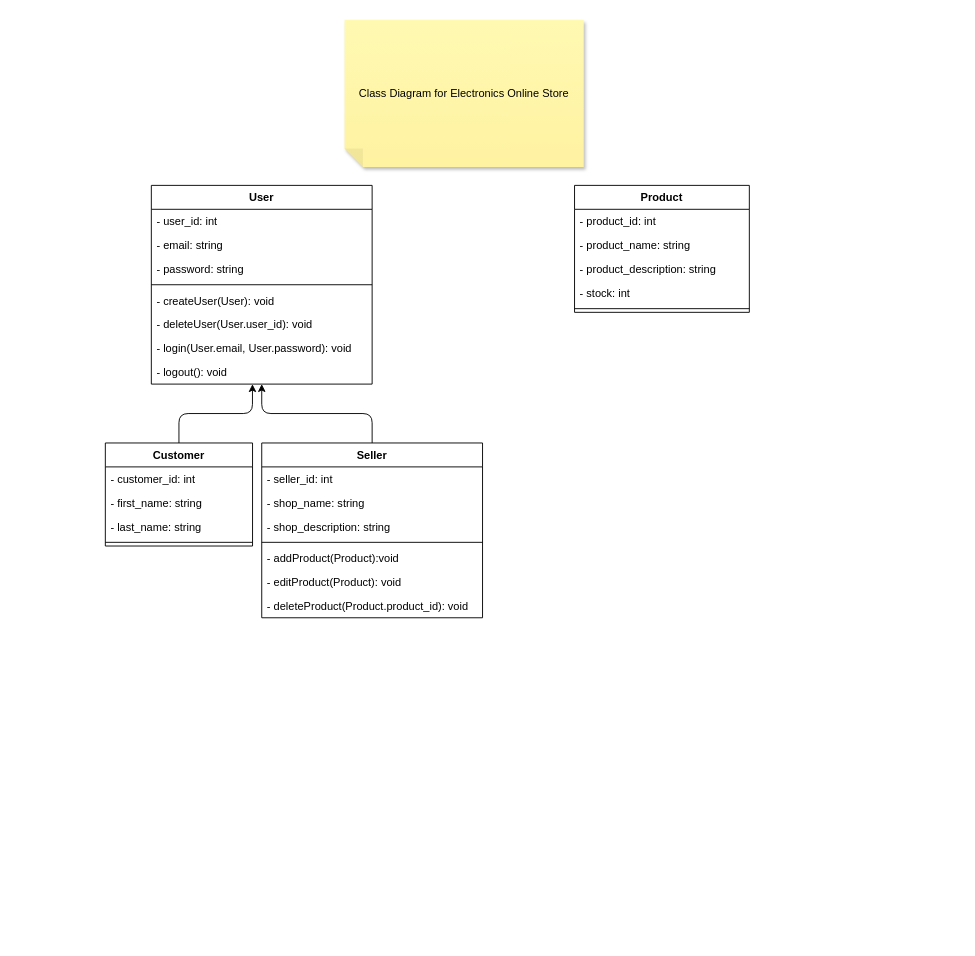
This is class_diagram.drawio from josh-hrnndz/ecommerce-api-springboot, a draw.io file, before an edit. Source tidied: cells renumbered, new cells numbered last; positions are measured from the earlier drawing's top-left corner, leaving out a move shared by most shapes. Both pictures are drawn from the tidied source at 92%, with x=0, y=0 at pixel (105, 19).
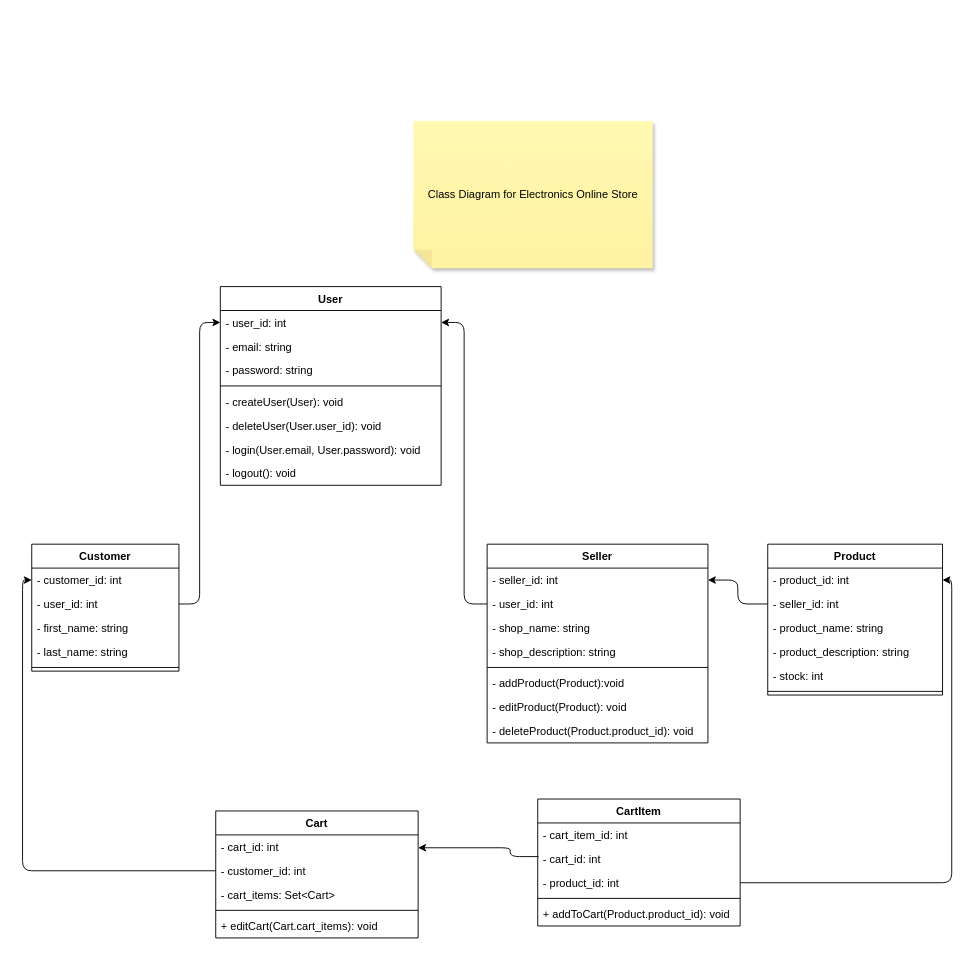
After the change.

Commit message:
feat(class diagram): :art: create initial class diagram

The change refers to these unchanged cells:
```xml
<mxCell id="3" value="- user_id: int" style="text;strokeColor=none;fillColor=none;align=left;verticalAlign=top;spacingLeft=4;spacingRight=4;overflow=hidden;points=[[0,0.5],[1,0.5]];portConstraint=eastwest;" parent="2" vertex="1">
  <mxGeometry y="26" width="240" height="26" as="geometry" />
</mxCell>
<mxCell id="10" value="- logout(): void" style="text;strokeColor=none;fillColor=none;align=left;verticalAlign=top;spacingLeft=4;spacingRight=4;overflow=hidden;points=[[0,0.5],[1,0.5]];portConstraint=eastwest;" parent="2" vertex="1">
  <mxGeometry y="190" width="240" height="26" as="geometry" />
</mxCell>
<mxCell id="12" value="- product_id: int" style="text;strokeColor=none;fillColor=none;align=left;verticalAlign=top;spacingLeft=4;spacingRight=4;overflow=hidden;points=[[0,0.5],[1,0.5]];portConstraint=eastwest;" parent="11" vertex="1">
  <mxGeometry y="26" width="190" height="26" as="geometry" />
</mxCell>
<mxCell id="19" value="- customer_id: int" style="text;strokeColor=none;fillColor=none;align=left;verticalAlign=top;spacingLeft=4;spacingRight=4;overflow=hidden;points=[[0,0.5],[1,0.5]];portConstraint=eastwest;" parent="18" vertex="1">
  <mxGeometry y="26" width="160" height="26" as="geometry" />
</mxCell>
<mxCell id="25" value="- seller_id: int" style="text;strokeColor=none;fillColor=none;align=left;verticalAlign=top;spacingLeft=4;spacingRight=4;overflow=hidden;points=[[0,0.5],[1,0.5]];portConstraint=eastwest;" parent="24" vertex="1">
  <mxGeometry y="26" width="240" height="26" as="geometry" />
</mxCell>
```

The edit, as a diff of the source:
```diff
@@
     <mxCell id="2" value="User" style="swimlane;fontStyle=1;align=center;verticalAlign=top;horizontal=1;startSize=26;" parent="1" vertex="1">
-      <mxGeometry x="50" y="180" width="240" height="216" as="geometry" />
+      <mxGeometry x="125" y="290" width="240" height="216" as="geometry" />
     </mxCell>
@@
+    <mxCell id="33" style="edgeStyle=orthogonalEdgeStyle;html=1;entryX=1;entryY=0.5;entryDx=0;entryDy=0;exitX=0;exitY=0.5;exitDx=0;exitDy=0;" parent="1" edge="1" source="34" target="25">
+      <mxGeometry relative="1" as="geometry" />
+    </mxCell>
     <mxCell id="11" value="Product" style="swimlane;fontStyle=1;align=center;verticalAlign=top;horizontal=1;startSize=26;" parent="1" vertex="1">
-      <mxGeometry x="510" y="180" width="190" height="138" as="geometry" />
+      <mxGeometry x="720" y="570" width="190" height="164" as="geometry" />
     </mxCell>
@@
+    <mxCell id="34" value="- seller_id: int" style="text;strokeColor=none;fillColor=none;align=left;verticalAlign=top;spacingLeft=4;spacingRight=4;overflow=hidden;points=[[0,0.5],[1,0.5]];portConstraint=eastwest;" parent="11" vertex="1">
+      <mxGeometry y="52" width="190" height="26" as="geometry" />
+    </mxCell>
     <mxCell id="13" value="- product_name: string" style="text;strokeColor=none;fillColor=none;align=left;verticalAlign=top;spacingLeft=4;spacingRight=4;overflow=hidden;" parent="11" vertex="1">
-      <mxGeometry y="52" width="190" height="26" as="geometry" />
+      <mxGeometry y="78" width="190" height="26" as="geometry" />
     </mxCell>
     <mxCell id="14" value="- product_description: string" style="text;strokeColor=none;fillColor=none;align=left;verticalAlign=top;spacingLeft=4;spacingRight=4;overflow=hidden;" parent="11" vertex="1">
-      <mxGeometry y="78" width="190" height="26" as="geometry" />
+      <mxGeometry y="104" width="190" height="26" as="geometry" />
     </mxCell>
     <mxCell id="15" value="- stock: int" style="text;strokeColor=none;fillColor=none;align=left;verticalAlign=top;spacingLeft=4;spacingRight=4;overflow=hidden;" parent="11" vertex="1">
-      <mxGeometry y="104" width="190" height="26" as="geometry" />
+      <mxGeometry y="130" width="190" height="26" as="geometry" />
     </mxCell>
     <mxCell id="16" style="line;strokeWidth=1;fillColor=none;align=left;verticalAlign=middle;spacingTop=-1;spacingLeft=3;spacingRight=3;labelPosition=right;strokeColor=inherit;" parent="11" vertex="1">
-      <mxGeometry y="130" width="190" height="8" as="geometry" />
+      <mxGeometry y="156" width="190" height="8" as="geometry" />
     </mxCell>
-    <mxCell id="17" style="edgeStyle=orthogonalEdgeStyle;html=1;exitX=0.5;exitY=0;exitDx=0;exitDy=0;entryX=0.458;entryY=1.003;entryDx=0;entryDy=0;entryPerimeter=0;" parent="1" edge="1" source="18" target="10">
+    <mxCell id="17" style="edgeStyle=orthogonalEdgeStyle;html=1;exitX=1;exitY=0.5;exitDx=0;exitDy=0;" parent="1" edge="1" source="35" target="3">
       <mxGeometry relative="1" as="geometry" />
     </mxCell>
     <mxCell id="18" value="Customer" style="swimlane;fontStyle=1;align=center;verticalAlign=top;horizontal=1;startSize=26;" parent="1" vertex="1">
-      <mxGeometry y="460" width="160" height="112" as="geometry" />
+      <mxGeometry x="-80" y="570" width="160" height="138" as="geometry" />
     </mxCell>
@@
+    <mxCell id="35" value="- user_id: int" style="text;strokeColor=none;fillColor=none;align=left;verticalAlign=top;spacingLeft=4;spacingRight=4;overflow=hidden;points=[[0,0.5],[1,0.5]];portConstraint=eastwest;" parent="18" vertex="1">
+      <mxGeometry y="52" width="160" height="26" as="geometry" />
+    </mxCell>
     <mxCell id="20" value="- first_name: string" style="text;strokeColor=none;fillColor=none;align=left;verticalAlign=top;spacingLeft=4;spacingRight=4;overflow=hidden;" parent="18" vertex="1">
-      <mxGeometry y="52" width="160" height="26" as="geometry" />
+      <mxGeometry y="78" width="160" height="26" as="geometry" />
     </mxCell>
     <mxCell id="21" value="- last_name: string" style="text;strokeColor=none;fillColor=none;align=left;verticalAlign=top;spacingLeft=4;spacingRight=4;overflow=hidden;" parent="18" vertex="1">
-      <mxGeometry y="78" width="160" height="26" as="geometry" />
+      <mxGeometry y="104" width="160" height="26" as="geometry" />
     </mxCell>
     <mxCell id="22" style="line;strokeWidth=1;fillColor=none;align=left;verticalAlign=middle;spacingTop=-1;spacingLeft=3;spacingRight=3;labelPosition=right;strokeColor=inherit;" parent="18" vertex="1">
-      <mxGeometry y="104" width="160" height="8" as="geometry" />
+      <mxGeometry y="130" width="160" height="8" as="geometry" />
     </mxCell>
-    <mxCell id="23" style="html=1;exitX=0.5;exitY=0;exitDx=0;exitDy=0;edgeStyle=orthogonalEdgeStyle;entryX=0.5;entryY=1;entryDx=0;entryDy=0;" parent="1" edge="1" source="24" target="2">
+    <mxCell id="23" style="html=1;edgeStyle=orthogonalEdgeStyle;" parent="1" edge="1" source="36" target="3">
       <mxGeometry relative="1" as="geometry" />
     </mxCell>
     <mxCell id="24" value="Seller" style="swimlane;fontStyle=1;align=center;verticalAlign=top;horizontal=1;startSize=26;" parent="1" vertex="1">
-      <mxGeometry x="170" y="460" width="240" height="190" as="geometry" />
+      <mxGeometry x="415" y="570" width="240" height="216" as="geometry" />
     </mxCell>
@@
+    <mxCell id="36" value="- user_id: int" style="text;strokeColor=none;fillColor=none;align=left;verticalAlign=top;spacingLeft=4;spacingRight=4;overflow=hidden;points=[[0,0.5],[1,0.5]];portConstraint=eastwest;" parent="24" vertex="1">
+      <mxGeometry y="52" width="240" height="26" as="geometry" />
+    </mxCell>
     <mxCell id="26" value="- shop_name: string" style="text;strokeColor=none;fillColor=none;align=left;verticalAlign=top;spacingLeft=4;spacingRight=4;overflow=hidden;" parent="24" vertex="1">
-      <mxGeometry y="52" width="240" height="26" as="geometry" />
+      <mxGeometry y="78" width="240" height="26" as="geometry" />
     </mxCell>
     <mxCell id="27" value="- shop_description: string" style="text;strokeColor=none;fillColor=none;align=left;verticalAlign=top;spacingLeft=4;spacingRight=4;overflow=hidden;" parent="24" vertex="1">
-      <mxGeometry y="78" width="240" height="26" as="geometry" />
+      <mxGeometry y="104" width="240" height="26" as="geometry" />
     </mxCell>
     <mxCell id="28" style="line;strokeWidth=1;fillColor=none;align=left;verticalAlign=middle;spacingTop=-1;spacingLeft=3;spacingRight=3;labelPosition=right;strokeColor=inherit;" parent="24" vertex="1">
-      <mxGeometry y="104" width="240" height="8" as="geometry" />
+      <mxGeometry y="130" width="240" height="8" as="geometry" />
     </mxCell>
     <mxCell id="29" value="- addProduct(Product):void" style="text;strokeColor=none;fillColor=none;align=left;verticalAlign=top;spacingLeft=4;spacingRight=4;overflow=hidden;" parent="24" vertex="1">
-      <mxGeometry y="112" width="240" height="26" as="geometry" />
+      <mxGeometry y="138" width="240" height="26" as="geometry" />
     </mxCell>
     <mxCell id="30" value="- editProduct(Product): void" style="text;strokeColor=none;fillColor=none;align=left;verticalAlign=top;spacingLeft=4;spacingRight=4;overflow=hidden;" parent="24" vertex="1">
-      <mxGeometry y="138" width="240" height="26" as="geometry" />
+      <mxGeometry y="164" width="240" height="26" as="geometry" />
     </mxCell>
     <mxCell id="31" value="- deleteProduct(Product.product_id): void" style="text;strokeColor=none;fillColor=none;align=left;verticalAlign=top;spacingLeft=4;spacingRight=4;overflow=hidden;" parent="24" vertex="1">
-      <mxGeometry y="164" width="240" height="26" as="geometry" />
+      <mxGeometry y="190" width="240" height="26" as="geometry" />
     </mxCell>
     <mxCell id="32" value="Class Diagram for Electronics Online Store" style="shape=note;whiteSpace=wrap;html=1;backgroundOutline=1;fontColor=#000000;darkOpacity=0.05;fillColor=#FFF9B2;strokeColor=none;fillStyle=solid;direction=west;gradientDirection=north;gradientColor=#FFF2A1;shadow=1;size=20;" parent="1" vertex="1">
-      <mxGeometry x="260" width="260" height="160" as="geometry" />
+      <mxGeometry x="335" y="110" width="260" height="160" as="geometry" />
     </mxCell>
+    <mxCell id="37" value="Cart" style="swimlane;fontStyle=1;align=center;verticalAlign=top;horizontal=1;startSize=26;" parent="1" vertex="1">
+      <mxGeometry x="120" y="860" width="220" height="138" as="geometry" />
+    </mxCell>
+    <mxCell id="38" value="- cart_id: int" style="text;strokeColor=none;fillColor=none;align=left;verticalAlign=top;spacingLeft=4;spacingRight=4;overflow=hidden;points=[[0,0.5],[1,0.5]];portConstraint=eastwest;" parent="37" vertex="1">
+      <mxGeometry y="26" width="220" height="26" as="geometry" />
+    </mxCell>
+    <mxCell id="39" value="- customer_id: int" style="text;strokeColor=none;fillColor=none;align=left;verticalAlign=top;spacingLeft=4;spacingRight=4;overflow=hidden;points=[[0,0.5],[1,0.5]];portConstraint=eastwest;" parent="37" vertex="1">
+      <mxGeometry y="52" width="220" height="26" as="geometry" />
+    </mxCell>
+    <mxCell id="40" value="- cart_items: Set&lt;Cart&gt;" style="text;strokeColor=none;fillColor=none;align=left;verticalAlign=top;spacingLeft=4;spacingRight=4;overflow=hidden;" parent="37" vertex="1">
+      <mxGeometry y="78" width="220" height="26" as="geometry" />
+    </mxCell>
+    <mxCell id="41" style="line;strokeWidth=1;fillColor=none;align=left;verticalAlign=middle;spacingTop=-1;spacingLeft=3;spacingRight=3;labelPosition=right;strokeColor=inherit;" parent="37" vertex="1">
+      <mxGeometry y="104" width="220" height="8" as="geometry" />
+    </mxCell>
+    <mxCell id="42" value="+ editCart(Cart.cart_items): void" style="text;strokeColor=none;fillColor=none;align=left;verticalAlign=top;spacingLeft=4;spacingRight=4;overflow=hidden;" parent="37" vertex="1">
+      <mxGeometry y="112" width="220" height="26" as="geometry" />
+    </mxCell>
+    <mxCell id="43" value="CartItem" style="swimlane;fontStyle=1;align=center;verticalAlign=top;horizontal=1;startSize=26;" parent="1" vertex="1">
+      <mxGeometry x="470" y="847" width="220" height="138" as="geometry" />
+    </mxCell>
+    <mxCell id="44" value="- cart_item_id: int" style="text;strokeColor=none;fillColor=none;align=left;verticalAlign=top;spacingLeft=4;spacingRight=4;overflow=hidden;" parent="43" vertex="1">
+      <mxGeometry y="26" width="220" height="26" as="geometry" />
+    </mxCell>
+    <mxCell id="45" value="- cart_id: int" style="text;strokeColor=none;fillColor=none;align=left;verticalAlign=top;spacingLeft=4;spacingRight=4;overflow=hidden;points=[[0,0.5],[1,0.5]];portConstraint=eastwest;" parent="43" vertex="1">
+      <mxGeometry y="52" width="220" height="26" as="geometry" />
+    </mxCell>
+    <mxCell id="46" value="- product_id: int" style="text;strokeColor=none;fillColor=none;align=left;verticalAlign=top;spacingLeft=4;spacingRight=4;overflow=hidden;points=[[0,0.5],[1,0.5]];portConstraint=eastwest;" parent="43" vertex="1">
+      <mxGeometry y="78" width="220" height="26" as="geometry" />
+    </mxCell>
+    <mxCell id="47" style="line;strokeWidth=1;fillColor=none;align=left;verticalAlign=middle;spacingTop=-1;spacingLeft=3;spacingRight=3;labelPosition=right;strokeColor=inherit;" parent="43" vertex="1">
+      <mxGeometry y="104" width="220" height="8" as="geometry" />
+    </mxCell>
+    <mxCell id="48" value="+ addToCart(Product.product_id): void" style="text;strokeColor=none;fillColor=none;align=left;verticalAlign=top;spacingLeft=4;spacingRight=4;overflow=hidden;" parent="43" vertex="1">
+      <mxGeometry y="112" width="220" height="26" as="geometry" />
+    </mxCell>
+    <mxCell id="49" style="edgeStyle=orthogonalEdgeStyle;html=1;exitX=0;exitY=0.5;exitDx=0;exitDy=0;entryX=0;entryY=0.5;entryDx=0;entryDy=0;" parent="1" edge="1" source="39" target="19">
+      <mxGeometry relative="1" as="geometry" />
+    </mxCell>
+    <mxCell id="50" style="html=1;edgeStyle=orthogonalEdgeStyle;exitX=0.004;exitY=0.407;exitDx=0;exitDy=0;exitPerimeter=0;" parent="1" edge="1" source="45" target="38">
+      <mxGeometry relative="1" as="geometry">
+        <Array as="points">
+          <mxPoint x="440" y="910" />
+          <mxPoint x="440" y="900" />
+        </Array>
+      </mxGeometry>
+    </mxCell>
+    <mxCell id="51" style="edgeStyle=orthogonalEdgeStyle;html=1;exitX=1;exitY=0.5;exitDx=0;exitDy=0;entryX=1;entryY=0.5;entryDx=0;entryDy=0;" parent="1" edge="1" source="46" target="12">
+      <mxGeometry relative="1" as="geometry" />
+    </mxCell>
```
